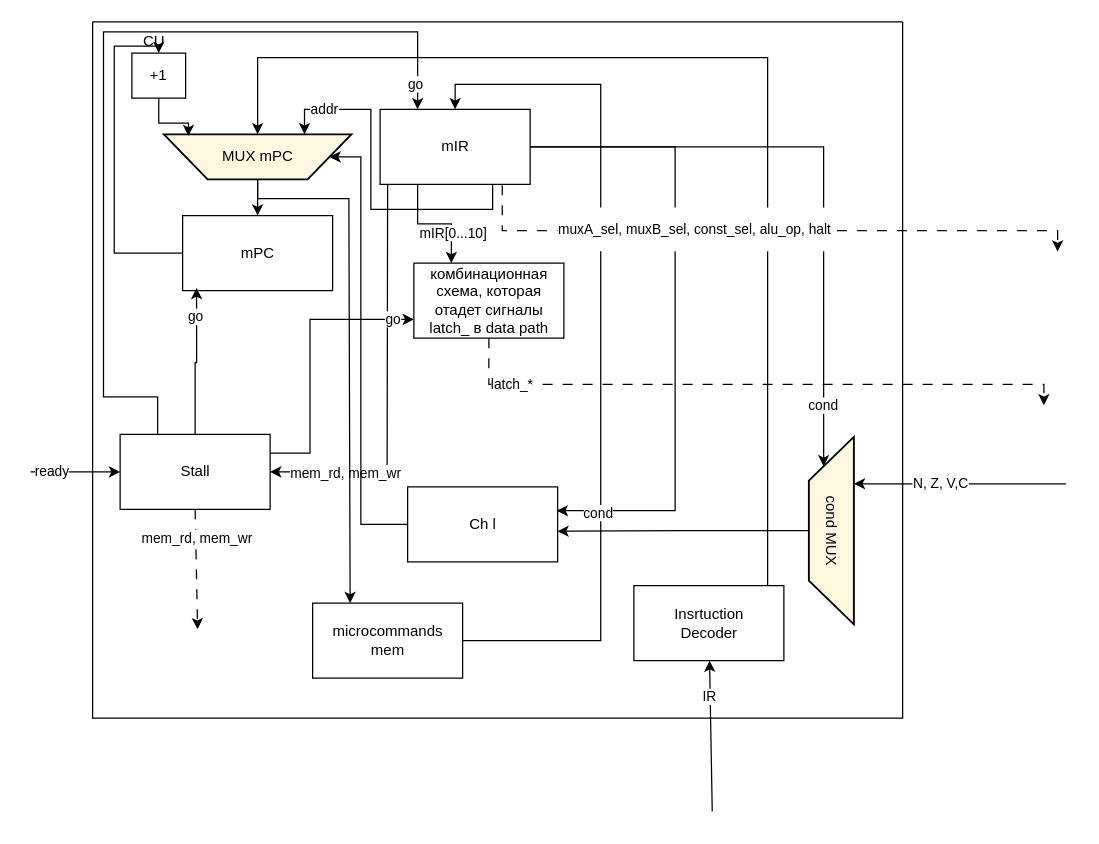
The draw.io diagram page "Page-2" (2 of 2) of docs/scheme.drawio in MKoblents/mz, before the edit. Source tidied: cells renumbered, new cells numbered last; positions are measured from the earlier drawing's top-left corner, leaving out a move shared by most shapes. Both pictures are drawn from the tidied source at 125%, with x=0, y=0 at pixel (30, 21).
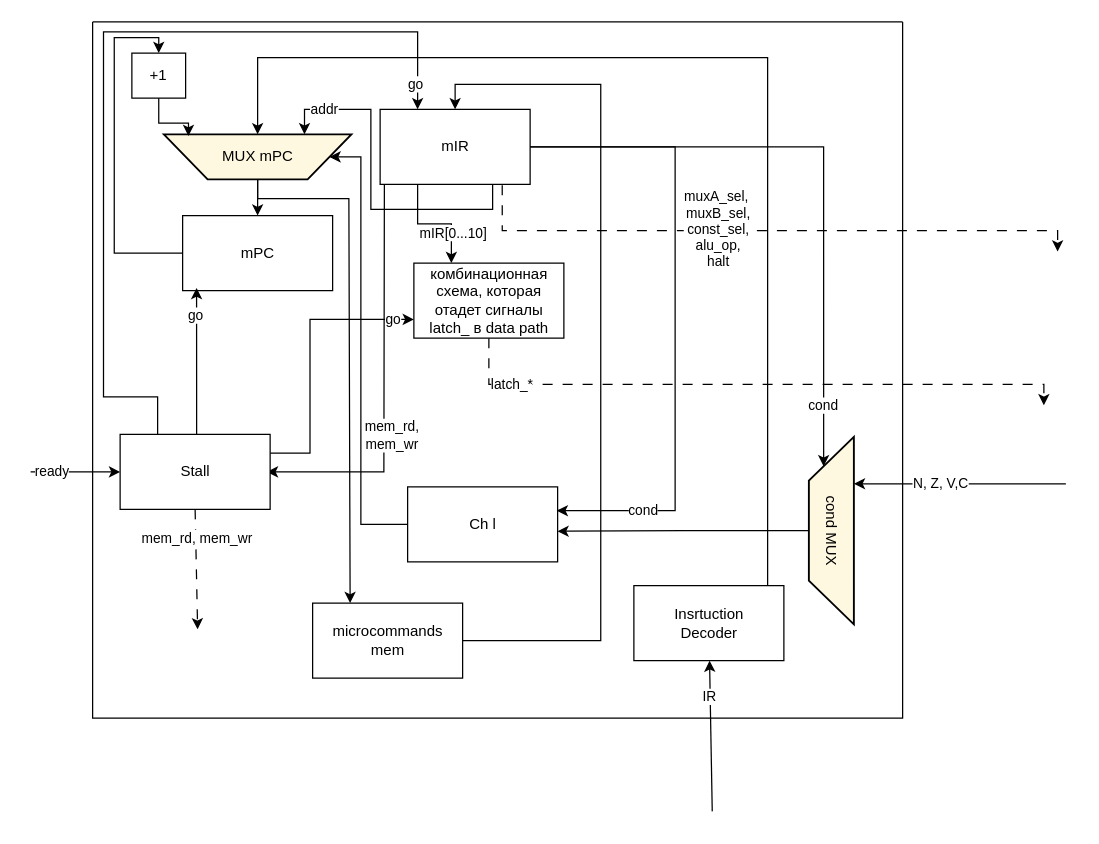
The same diagram, later.

Unchanged cells that the change refers to:
```xml
<mxCell id="2" style="swimlane;startSize=0;" parent="1" vertex="1">
  <mxGeometry x="49.6" width="648" height="557" as="geometry" />
</mxCell>
<mxCell id="4" value="mPC" style="rounded=0;whiteSpace=wrap;html=1;" parent="2" vertex="1">
  <mxGeometry x="72" y="155" width="120" height="60" as="geometry" />
</mxCell>
<mxCell id="13" value="mIR" style="rounded=0;whiteSpace=wrap;html=1;" parent="2" vertex="1">
  <mxGeometry x="230" y="70" width="120" height="60" as="geometry" />
</mxCell>
<mxCell id="18" value="+1" style="rounded=0;whiteSpace=wrap;html=1;" parent="2" vertex="1">
  <mxGeometry x="31.4" y="25" width="43" height="36" as="geometry" />
</mxCell>
<mxCell id="27" style="edgeStyle=orthogonalEdgeStyle;rounded=0;jettySize=auto;html=1;entryX=0.994;entryY=0.317;entryDx=0;entryDy=0;entryPerimeter=0;defaultLabelBackgroundColor=page;" parent="2" edge="1" source="13" target="25">
  <mxGeometry x="0.06" relative="1" as="geometry">
    <Array as="points">
      <mxPoint x="466" y="100" />
      <mxPoint x="466" y="391" />
    </Array>
  </mxGeometry>
</mxCell>
<mxCell id="33" value="Stall" style="rounded=0;whiteSpace=wrap;html=1;" parent="2" vertex="1">
  <mxGeometry x="22" y="330" width="120" height="60" as="geometry" />
</mxCell>
<mxCell id="34" style="edgeStyle=orthogonalEdgeStyle;rounded=0;jettySize=auto;html=1;defaultLabelBackgroundColor=page;strokeColor=light-dark(#000000,#0000CC);dashed=1;dashPattern=8 8;" parent="2" edge="1" source="36">
  <mxGeometry relative="1" as="geometry">
    <mxPoint x="761" y="306.7" as="targetPoint" />
    <Array as="points">
      <mxPoint x="317" y="290" />
      <mxPoint x="761" y="290" />
    </Array>
  </mxGeometry>
</mxCell>
<mxCell id="39" style="edgeStyle=orthogonalEdgeStyle;rounded=0;jettySize=auto;html=1;defaultLabelBackgroundColor=page;strokeColor=light-dark(#000000,#0000CC);dashed=1;dashPattern=8 8;exitX=0.814;exitY=1.012;exitDx=0;exitDy=0;exitPerimeter=0;" parent="2" edge="1" source="13">
  <mxGeometry relative="1" as="geometry">
    <mxPoint x="772" y="183.7" as="targetPoint" />
    <Array as="points">
      <mxPoint x="327.7" y="167" />
      <mxPoint x="772" y="167" />
    </Array>
  </mxGeometry>
</mxCell>
```

The edit, as a diff of the source:
```diff
@@
     <mxCell id="3" style="edgeStyle=orthogonalEdgeStyle;rounded=0;jettySize=auto;html=1;entryX=0.5;entryY=0;entryDx=0;entryDy=0;defaultLabelBackgroundColor=page;" parent="2" edge="1" source="4" target="18">
-      <mxGeometry x="0.15" relative="1" as="geometry">
+      <mxGeometry x="0.1" relative="1" as="geometry">
         <Array as="points">
           <mxPoint x="17.3" y="185" />
-          <mxPoint x="17.3" y="19.3" />
-          <mxPoint x="52.9" y="19.3" />
+          <mxPoint x="17.3" y="12.6" />
+          <mxPoint x="52.9" y="12.6" />
         </Array>
       </mxGeometry>
     </mxCell>
@@
-    <mxCell id="9" style="edgeStyle=orthogonalEdgeStyle;rounded=0;jettySize=auto;html=1;exitX=0.05;exitY=1.024;exitDx=0;exitDy=0;entryX=1;entryY=0.5;entryDx=0;entryDy=0;defaultLabelBackgroundColor=page;exitPerimeter=0;" parent="2" edge="1" source="13" target="33">
+    <mxCell id="9" style="edgeStyle=orthogonalEdgeStyle;rounded=0;orthogonalLoop=1;jettySize=auto;html=1;exitX=0.05;exitY=1.024;exitDx=0;exitDy=0;entryX=1;entryY=0.5;entryDx=0;entryDy=0;defaultLabelBackgroundColor=page;exitPerimeter=0;" parent="2" edge="1">
       <mxGeometry x="0.04" relative="1" as="geometry">
+        <mxPoint x="233.4" y="131.4" as="sourcePoint" />
+        <mxPoint x="139.4" y="360" as="targetPoint" />
         <Array as="points">
-          <mxPoint x="236" y="130" />
-          <mxPoint x="235.6" y="272" />
+          <mxPoint x="233.4" y="130" />
+          <mxPoint x="233" y="272" />
         </Array>
       </mxGeometry>
     </mxCell>
-    <mxCell id="10" value="mem_rd, mem_wr" style="edgeLabel;html=1;align=center;verticalAlign=middle;inheritText=1;defaultLabelBackgroundColor=page;" parent="9" vertex="1">
+    <mxCell id="10" value="mem_rd, &lt;br&gt;mem_wr" style="edgeLabel;html=1;align=center;verticalAlign=middle;inheritText=1;defaultLabelBackgroundColor=page;" parent="9" vertex="1">
       <mxGeometry x="0.89" y="-1" relative="1" as="geometry">
-        <mxPoint x="42" y="1" as="offset" />
+        <mxPoint x="81" y="-29" as="offset" />
       </mxGeometry>
     </mxCell>
@@
     <mxCell id="28" value="cond" style="edgeLabel;html=1;align=center;verticalAlign=middle;inheritText=1;defaultLabelBackgroundColor=page;" parent="27" vertex="1">
-      <mxGeometry x="0.87" y="1" relative="1" as="geometry" />
+      <mxGeometry x="0.87" y="1" relative="1" as="geometry">
+        <mxPoint x="36" y="-2" as="offset" />
+      </mxGeometry>
     </mxCell>
@@
-    <mxCell id="35" value="latch_*" style="edgeLabel;html=1;align=center;verticalAlign=middle;inheritText=1;defaultLabelBackgroundColor=page;" parent="34" vertex="1">
+    <mxCell id="35" value="latch_*" style="edgeLabel;html=1;align=center;verticalAlign=middle;inheritText=fontFamily,fontSize,fontStyle,textOpacity,labelBorderColor,labelBorderWidth,labelBackgroundColor,defaultLabelBackgroundColor,labelPadding;defaultLabelBackgroundColor=page;fontColor=light-dark(#000000,#FFD966);" parent="34" vertex="1">
       <mxGeometry x="-0.78" y="1" relative="1" as="geometry" />
     </mxCell>
@@
     <mxCell id="37" style="edgeStyle=orthogonalEdgeStyle;rounded=0;jettySize=auto;html=1;entryX=0.093;entryY=0.964;entryDx=0;entryDy=0;entryPerimeter=0;defaultLabelBackgroundColor=page;" parent="2" edge="1" source="33" target="4">
-      <mxGeometry relative="1" as="geometry" />
+      <mxGeometry x="-0.01" relative="1" as="geometry">
+        <Array as="points">
+          <mxPoint x="83.2" y="290.6" />
+          <mxPoint x="83.2" y="290.6" />
+        </Array>
+      </mxGeometry>
     </mxCell>
     <mxCell id="38" value="go" style="edgeLabel;html=1;align=center;verticalAlign=middle;inheritText=1;defaultLabelBackgroundColor=page;" parent="37" vertex="1">
-      <mxGeometry x="0.63" y="1" relative="1" as="geometry" />
+      <mxGeometry x="0.64" y="1" relative="1" as="geometry" />
     </mxCell>
@@
-    <mxCell id="40" value="&lt;p&gt;muxA_sel,&amp;nbsp;&lt;span style=&quot;background-color: transparent;&quot;&gt;muxB_sel, const_sel, alu_op, halt&lt;/span&gt;&lt;/p&gt;" style="edgeLabel;html=1;align=center;verticalAlign=middle;inheritText=fontFamily,fontSize,fontStyle,textOpacity,labelBorderColor,labelBorderWidth,labelBackgroundColor,defaultLabelBackgroundColor,labelPadding;defaultLabelBackgroundColor=page;fontColor=light-dark(#000000,#FFD966);" parent="39" vertex="1">
+    <mxCell id="40" value="&lt;p&gt;muxA_sel,&amp;nbsp;&lt;br&gt;&lt;span style=&quot;background-color: transparent;&quot;&gt;muxB_sel, &lt;br&gt;const_sel, &lt;br&gt;alu_op, &lt;br&gt;halt&lt;/span&gt;&lt;/p&gt;" style="edgeLabel;html=1;align=center;verticalAlign=middle;inheritText=fontFamily,fontSize,fontStyle,textOpacity,labelBorderColor,labelBorderWidth,labelBackgroundColor,defaultLabelBackgroundColor,labelPadding;defaultLabelBackgroundColor=page;fontColor=light-dark(#000000,#FFD966);" parent="39" vertex="1">
       <mxGeometry x="-0.78" y="1" relative="1" as="geometry">
-        <mxPoint x="134" y="-1" as="offset" />
+        <mxPoint x="153" y="-1" as="offset" />
       </mxGeometry>
     </mxCell>
@@
-    <mxCell id="49" value="CU" style="text;html=1;whiteSpace=wrap;strokeColor=none;fillColor=none;align=center;verticalAlign=middle;rounded=0;" parent="1" vertex="1">
-      <mxGeometry x="68.6" y="1" width="60" height="30" as="geometry" />
-    </mxCell>
```
